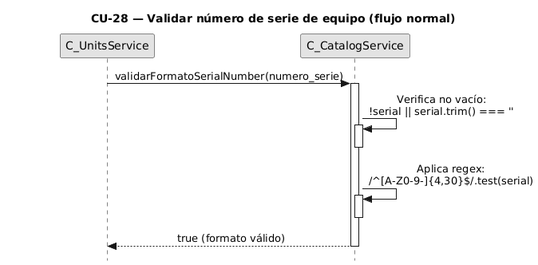
The PlantUML diagram diagramas-secuencia/CU28/CU28-normal.png in FSM-Finet-y-Cable-Magico/Team_1-Inventario-y-Bodega, before a commit.
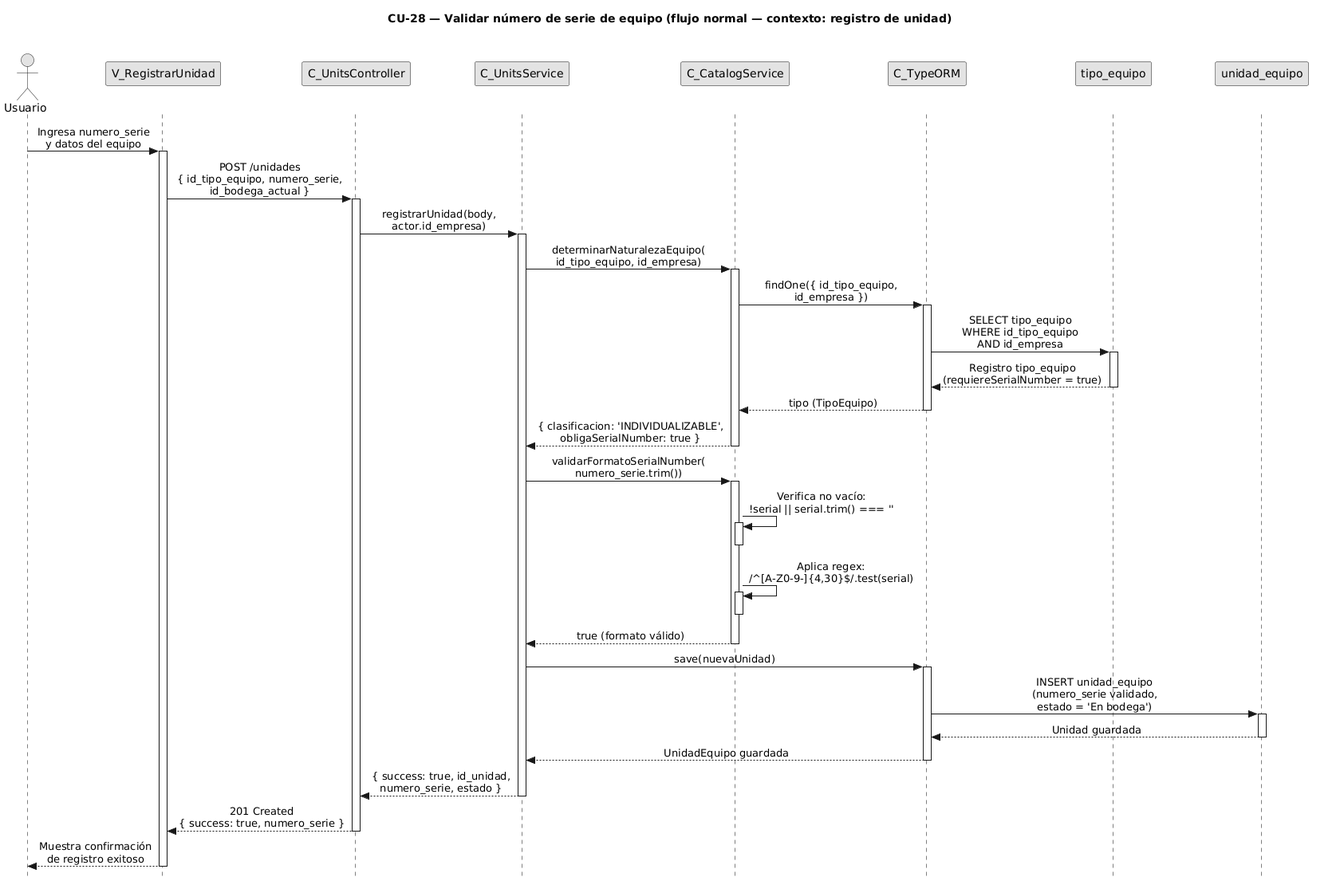
The same diagram one commit later.

The edit, as a diff of the source:
```diff
@@ -1,22 +1,62 @@
 @startuml CU28-normal
-title CU-28 — Validar número de serie de equipo (flujo normal)
+title CU-28 — Validar número de serie de equipo (flujo normal — contexto: registro de unidad)
 
 skinparam style strictuml
 skinparam monochrome true
 skinparam shadowing false
 skinparam sequenceMessageAlign center
-skinparam ParticipantPadding 70
-skinparam ActorPadding 30
+<style>
+sequenceDiagram {
+  participant {
+    Margin 35
+  }
+  actor {
+    Margin 15
+  }
+}
+</style>
 skinparam sequence {
   MessageAlign center
   LifeLineBorderColor black
 }
 hide footbox
 
+actor "Usuario" as user
+participant "V_RegistrarUnidad" as view
+participant "C_UnitsController" as ctrl
 participant "C_UnitsService" as units
 participant "C_CatalogService" as catalog
+participant "C_TypeORM" as orm
+participant "tipo_equipo" as tent
+participant "unidad_equipo" as uent
 
-units -> catalog : validarFormatoSerialNumber(numero_serie)
+user -> view : Ingresa numero_serie\ny datos del equipo
+activate view
+
+view -> ctrl : POST /unidades\n{ id_tipo_equipo, numero_serie,\nid_bodega_actual }
+activate ctrl
+
+ctrl -> units : registrarUnidad(body,\nactor.id_empresa)
+activate units
+
+units -> catalog : determinarNaturalezaEquipo(\nid_tipo_equipo, id_empresa)
+activate catalog
+
+catalog -> orm : findOne({ id_tipo_equipo,\nid_empresa })
+activate orm
+
+orm -> tent : SELECT tipo_equipo\nWHERE id_tipo_equipo\nAND id_empresa
+activate tent
+tent --> orm : Registro tipo_equipo\n(requiereSerialNumber = true)
+deactivate tent
+
+orm --> catalog : tipo (TipoEquipo)
+deactivate orm
+
+catalog --> units : { clasificacion: 'INDIVIDUALIZABLE',\nobligaSerialNumber: true }
+deactivate catalog
+
+units -> catalog : validarFormatoSerialNumber(\nnumero_serie.trim())
 activate catalog
 
 catalog -> catalog : Verifica no vacío:\n!serial || serial.trim() === ''
@@ -30,4 +70,24 @@
 catalog --> units : true (formato válido)
 deactivate catalog
 
+units -> orm : save(nuevaUnidad)
+activate orm
+
+orm -> uent : INSERT unidad_equipo\n(numero_serie validado,\nestado = 'En bodega')
+activate uent
+uent --> orm : Unidad guardada
+deactivate uent
+
+orm --> units : UnidadEquipo guardada
+deactivate orm
+
+units --> ctrl : { success: true, id_unidad,\nnumero_serie, estado }
+deactivate units
+
+ctrl --> view : 201 Created\n{ success: true, numero_serie }
+deactivate ctrl
+
+view --> user : Muestra confirmación\nde registro exitoso
+deactivate view
+
 @enduml
```
